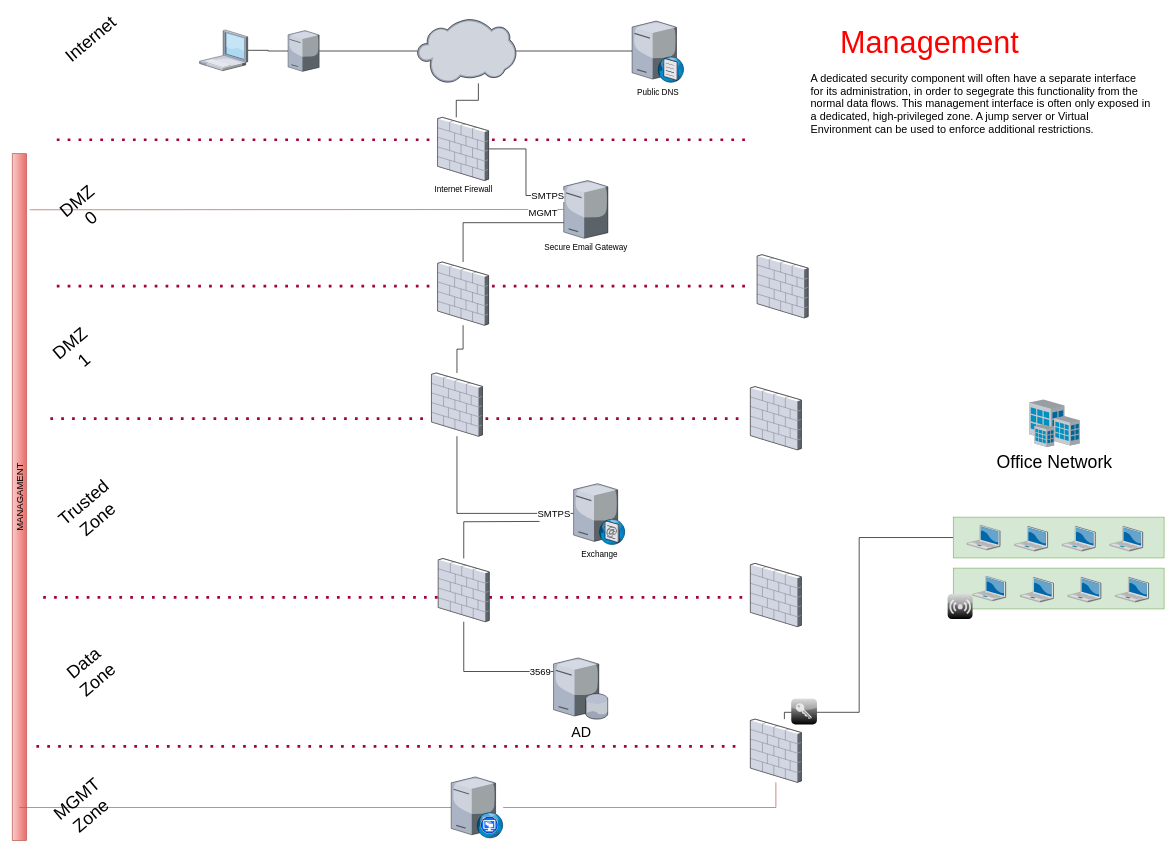
This is page "Managment" (4 of 4) of Untitled Diagram.drawio from dachachacha/dotfiles, a draw.io file, before an edit. Source tidied: cells renumbered, new cells numbered last; positions are measured from the earlier drawing's top-left corner, leaving out a move shared by most shapes. Both pictures are drawn from the tidied source at 68%, with x=0, y=0 at pixel (-324, 18).
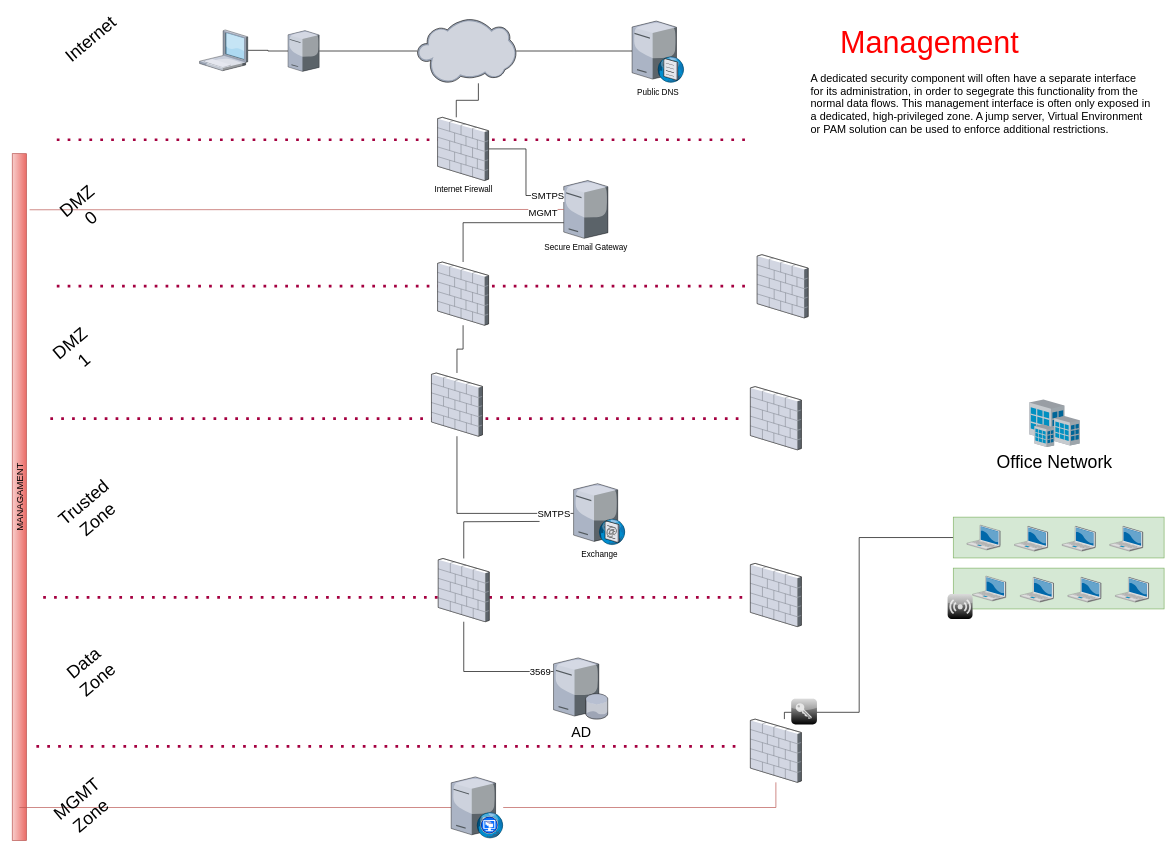
The same diagram, later.

Diff of the diagram source:
```diff
@@
-    <mxCell id="43" value="&lt;font style=&quot;&quot;&gt;&lt;font style=&quot;font-size: 16px;&quot;&gt;A dedicated security component will often have a separate interface for its administration, in order to segegrate this functionality from the normal data flows. This management interface is often only exposed in a dedicated, high-privileged zone. A jump server or Virtual Environment can be used to enforce additional restrictions.&lt;/font&gt;&lt;br&gt;&lt;/font&gt;" style="text;html=1;strokeColor=none;fillColor=none;align=left;verticalAlign=middle;whiteSpace=wrap;rounded=0;fontSize=12;rotation=0;" parent="1" vertex="1">
+    <mxCell id="43" value="&lt;font style=&quot;&quot;&gt;&lt;font style=&quot;font-size: 16px;&quot;&gt;A dedicated security component will often have a separate interface for its administration, in order to segegrate this functionality from the normal data flows. This management interface is often only exposed in a dedicated, high-privileged zone. A jump server, Virtual Environment or PAM solution can be used to enforce additional restrictions.&lt;/font&gt;&lt;br&gt;&lt;/font&gt;" style="text;html=1;strokeColor=none;fillColor=none;align=left;verticalAlign=middle;whiteSpace=wrap;rounded=0;fontSize=12;rotation=0;" parent="1" vertex="1">
       <mxGeometry x="1667" y="110" width="503" height="30" as="geometry" />
     </mxCell>
```
